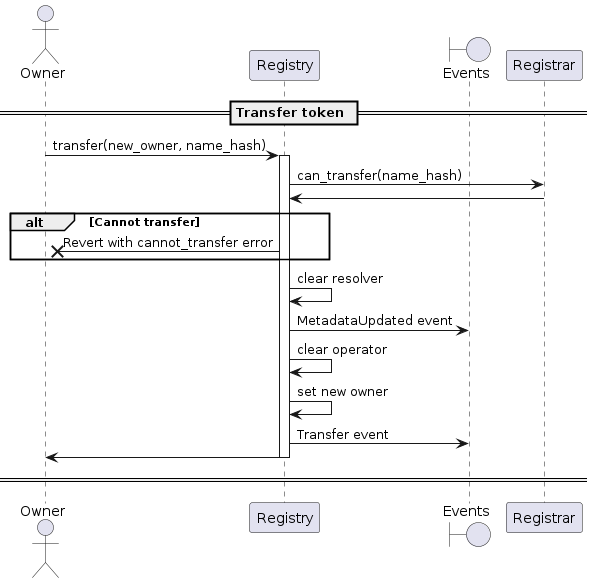
make-software/cspr-name-contracts keeps this PlantUML diagram as docs/sequence-diagrams/puml/transfer-domain.png. Above is the earlier version.
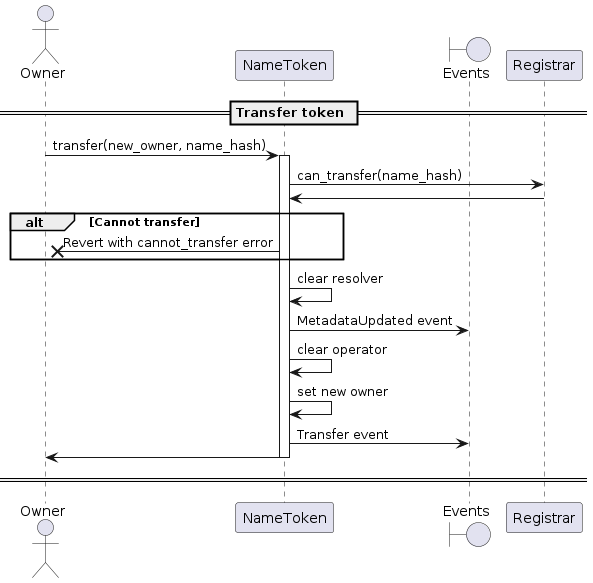
Later version of the same file.

Change to the diagram source:
```diff
@@ -1,25 +1,25 @@
 @startuml
 
 actor Owner
-participant "Registry"
+participant "NameToken"
 boundary "Events"
 
 == Transfer token ==
 
-Owner -> Registry: transfer(new_owner, name_hash)
-activate Registry
-Registry -> Registrar: can_transfer(name_hash)
-Registrar -> Registry
+Owner -> NameToken: transfer(new_owner, name_hash)
+activate NameToken
+NameToken -> Registrar: can_transfer(name_hash)
+Registrar -> NameToken
 alt Cannot transfer
-    Registry ->X Owner: Revert with cannot_transfer error
+    NameToken ->X Owner: Revert with cannot_transfer error
 end
-Registry -> Registry: clear resolver
-Registry -> "Events": MetadataUpdated event
-Registry -> Registry: clear operator
-Registry -> Registry : set new owner
-Registry -> "Events": Transfer event
-Registry -> Owner
-deactivate Registry
+NameToken -> NameToken: clear resolver
+NameToken -> "Events": MetadataUpdated event
+NameToken -> NameToken: clear operator
+NameToken -> NameToken : set new owner
+NameToken -> "Events": Transfer event
+NameToken -> Owner
+deactivate NameToken
 
 == ==
 
```
